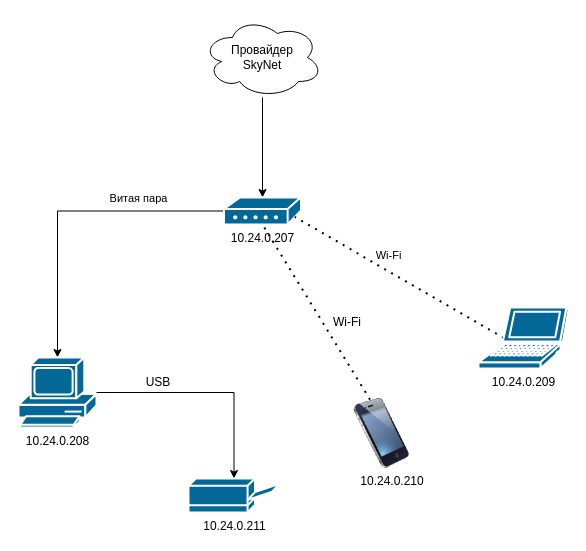
This is Тест .drawio from nexus1551/PetroStudying, a draw.io file, before an edit. Source tidied: cells renumbered, new cells numbered last; positions are measured from the earlier drawing's top-left corner, leaving out a move shared by most shapes. Both pictures are drawn from the tidied source at 100%, with x=0, y=0 at pixel (18, 17).
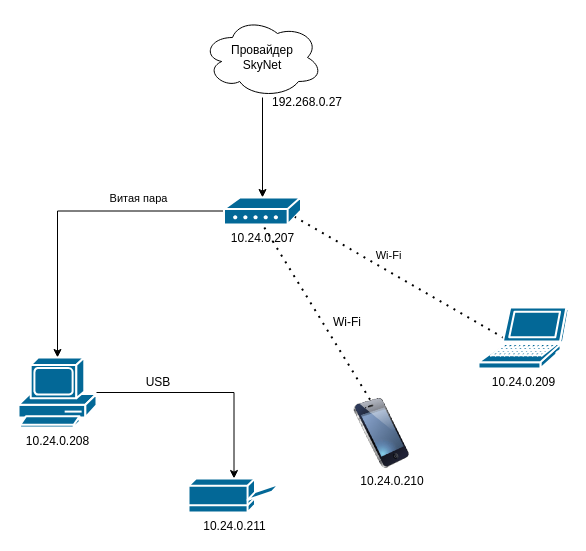
After the change.

What changed in the source:
```diff
@@
+    <mxCell id="18" value="192.268.0.27" style="text;html=1;whiteSpace=wrap;strokeColor=none;fillColor=none;align=center;verticalAlign=middle;rounded=0;" parent="1" vertex="1">
+      <mxGeometry x="244" y="70" width="90" height="30" as="geometry" />
+    </mxCell>
```
